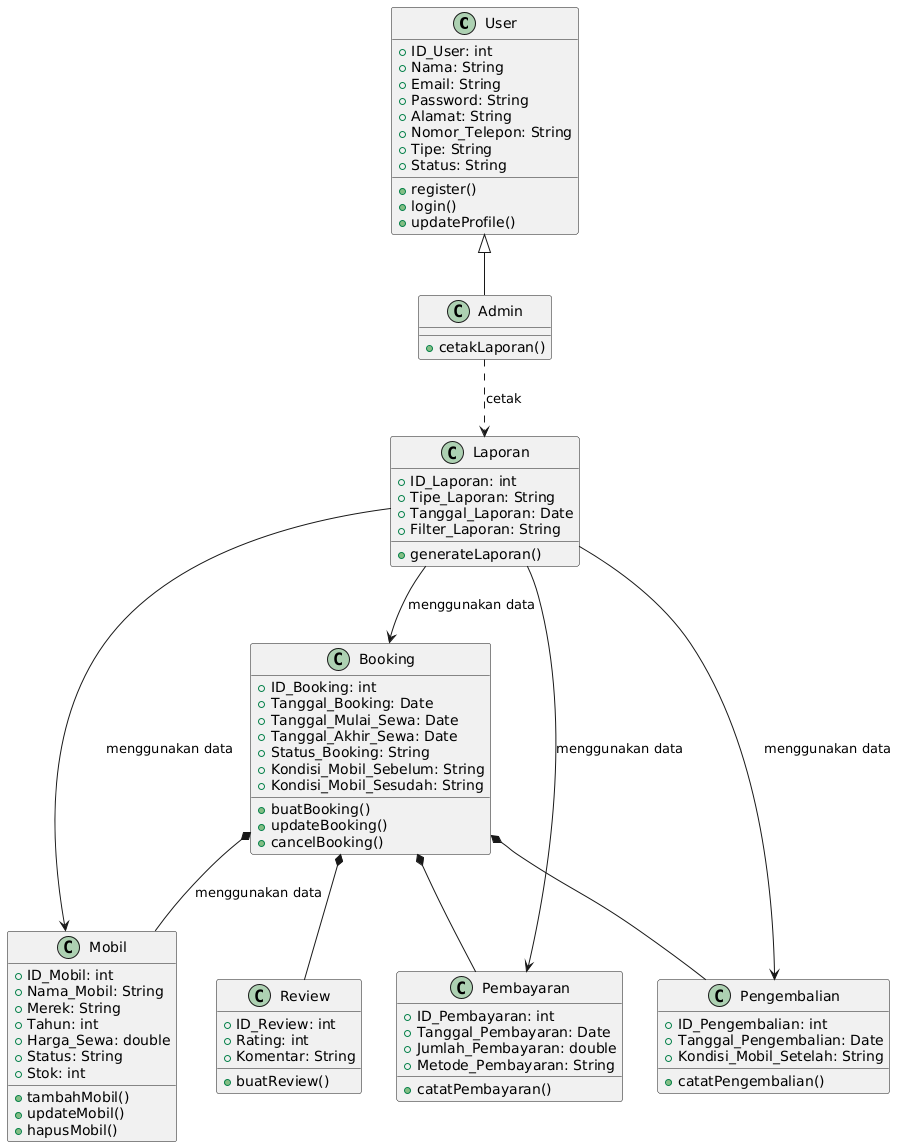
This is design/class diagram/classdiagramcarrental.png from muhammmadrizky99/carrental, a PlantUML export, as it was before one commit. Source of this version:
```plantuml
@startuml
class User {
    + ID_User: int
    + Nama: String
    + Email: String
    + Password: String
    + Alamat: String
    + Nomor_Telepon: String
    + Tipe: String
    + Status: String
    + register()
    + login()
    + updateProfile()
}

class Admin {
    + cetakLaporan()
}

class Laporan {
    + ID_Laporan: int
    + Tipe_Laporan: String
    + Tanggal_Laporan: Date
    + Filter_Laporan: String
    + generateLaporan()
}

class Mobil {
    + ID_Mobil: int
    + Nama_Mobil: String
    + Merek: String
    + Tahun: int
    + Harga_Sewa: double
    + Status: String
    + Stok: int
    + tambahMobil()
    + updateMobil()
    + hapusMobil()
}

class Booking {
    + ID_Booking: int
    + Tanggal_Booking: Date
    + Tanggal_Mulai_Sewa: Date
    + Tanggal_Akhir_Sewa: Date
    + Status_Booking: String
    + Kondisi_Mobil_Sebelum: String
    + Kondisi_Mobil_Sesudah: String
    + buatBooking()
    + updateBooking()
    + cancelBooking()
}

class Pengembalian {
    + ID_Pengembalian: int
    + Tanggal_Pengembalian: Date
    + Kondisi_Mobil_Setelah: String
    + catatPengembalian()
}

class Review {
    + ID_Review: int
    + Rating: int
    + Komentar: String
    + buatReview()
}

class Pembayaran {
    + ID_Pembayaran: int
    + Tanggal_Pembayaran: Date
    + Jumlah_Pembayaran: double
    + Metode_Pembayaran: String
    + catatPembayaran()
}


User <|-- Admin

Admin ..> Laporan : cetak

Laporan --> Mobil : menggunakan data
Laporan --> Booking : menggunakan data
Laporan --> Pengembalian : menggunakan data
Laporan --> Pembayaran : menggunakan data

Booking *-- Mobil : menggunakan data

Booking *-- Pengembalian

Booking *-- Review

Booking *-- Pembayaran
@enduml
```
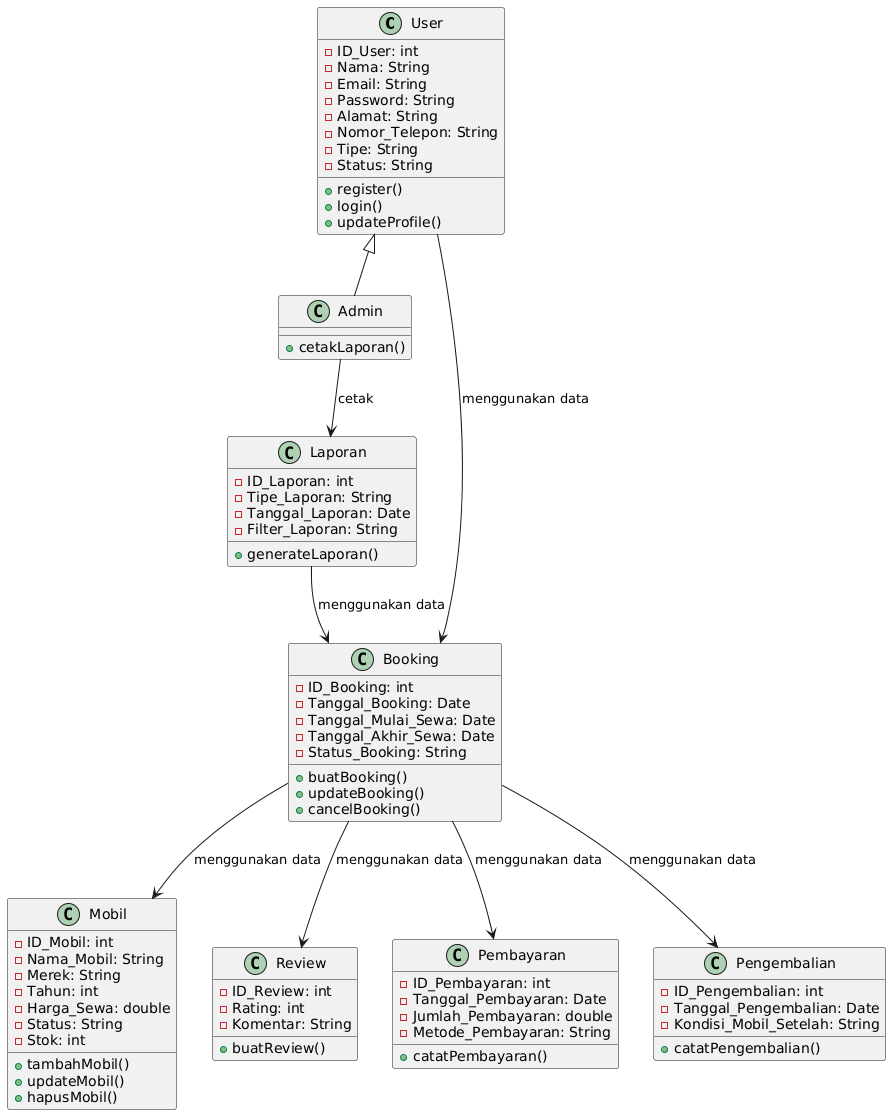
Above is the later version.

Diff of the diagram source:
```diff
@@ -1,13 +1,13 @@
 @startuml
 class User {
-    + ID_User: int
-    + Nama: String
-    + Email: String
-    + Password: String
-    + Alamat: String
-    + Nomor_Telepon: String
-    + Tipe: String
-    + Status: String
+    - ID_User: int
+    - Nama: String
+    - Email: String
+    - Password: String
+    - Alamat: String
+    - Nomor_Telepon: String
+    - Tipe: String
+    - Status: String
     + register()
     + login()
     + updateProfile()
@@ -18,76 +18,66 @@
 }
 
 class Laporan {
-    + ID_Laporan: int
-    + Tipe_Laporan: String
-    + Tanggal_Laporan: Date
-    + Filter_Laporan: String
+    - ID_Laporan: int
+    - Tipe_Laporan: String
+    - Tanggal_Laporan: Date
+    - Filter_Laporan: String
     + generateLaporan()
 }
 
+class Booking {
+    - ID_Booking: int
+    - Tanggal_Booking: Date
+    - Tanggal_Mulai_Sewa: Date
+    - Tanggal_Akhir_Sewa: Date
+    - Status_Booking: String
+
+    + buatBooking()
+    + updateBooking()
+    + cancelBooking()
+}
+
 class Mobil {
-    + ID_Mobil: int
-    + Nama_Mobil: String
-    + Merek: String
-    + Tahun: int
-    + Harga_Sewa: double
-    + Status: String
-    + Stok: int
+    - ID_Mobil: int
+    - Nama_Mobil: String
+    - Merek: String
+    - Tahun: int
+    - Harga_Sewa: double
+    - Status: String
+    - Stok: int
     + tambahMobil()
     + updateMobil()
     + hapusMobil()
 }
 
-class Booking {
-    + ID_Booking: int
-    + Tanggal_Booking: Date
-    + Tanggal_Mulai_Sewa: Date
-    + Tanggal_Akhir_Sewa: Date
-    + Status_Booking: String
-    + Kondisi_Mobil_Sebelum: String
-    + Kondisi_Mobil_Sesudah: String
-    + buatBooking()
-    + updateBooking()
-    + cancelBooking()
-}
-
-class Pengembalian {
-    + ID_Pengembalian: int
-    + Tanggal_Pengembalian: Date
-    + Kondisi_Mobil_Setelah: String
-    + catatPengembalian()
-}
-
 class Review {
-    + ID_Review: int
-    + Rating: int
-    + Komentar: String
+    - ID_Review: int
+    - Rating: int
+    - Komentar: String
     + buatReview()
 }
 
 class Pembayaran {
-    + ID_Pembayaran: int
-    + Tanggal_Pembayaran: Date
-    + Jumlah_Pembayaran: double
-    + Metode_Pembayaran: String
+    - ID_Pembayaran: int
+    - Tanggal_Pembayaran: Date
+    - Jumlah_Pembayaran: double
+    - Metode_Pembayaran: String
     + catatPembayaran()
 }
 
+class Pengembalian {
+    - ID_Pengembalian: int
+    - Tanggal_Pengembalian: Date
+    - Kondisi_Mobil_Setelah: String
+    + catatPengembalian()
+}
 
 User <|-- Admin
-
-Admin ..> Laporan : cetak
-
-Laporan --> Mobil : menggunakan data
+Admin --> Laporan : cetak
+User --> Booking : menggunakan data
+Booking --> Mobil : menggunakan data
+Booking --> Pembayaran : menggunakan data
+Booking --> Pengembalian : menggunakan data
+Booking --> Review : menggunakan data
 Laporan --> Booking : menggunakan data
-Laporan --> Pengembalian : menggunakan data
-Laporan --> Pembayaran : menggunakan data
-
-Booking *-- Mobil : menggunakan data
-
-Booking *-- Pengembalian
-
-Booking *-- Review
-
-Booking *-- Pembayaran
 @enduml
```
